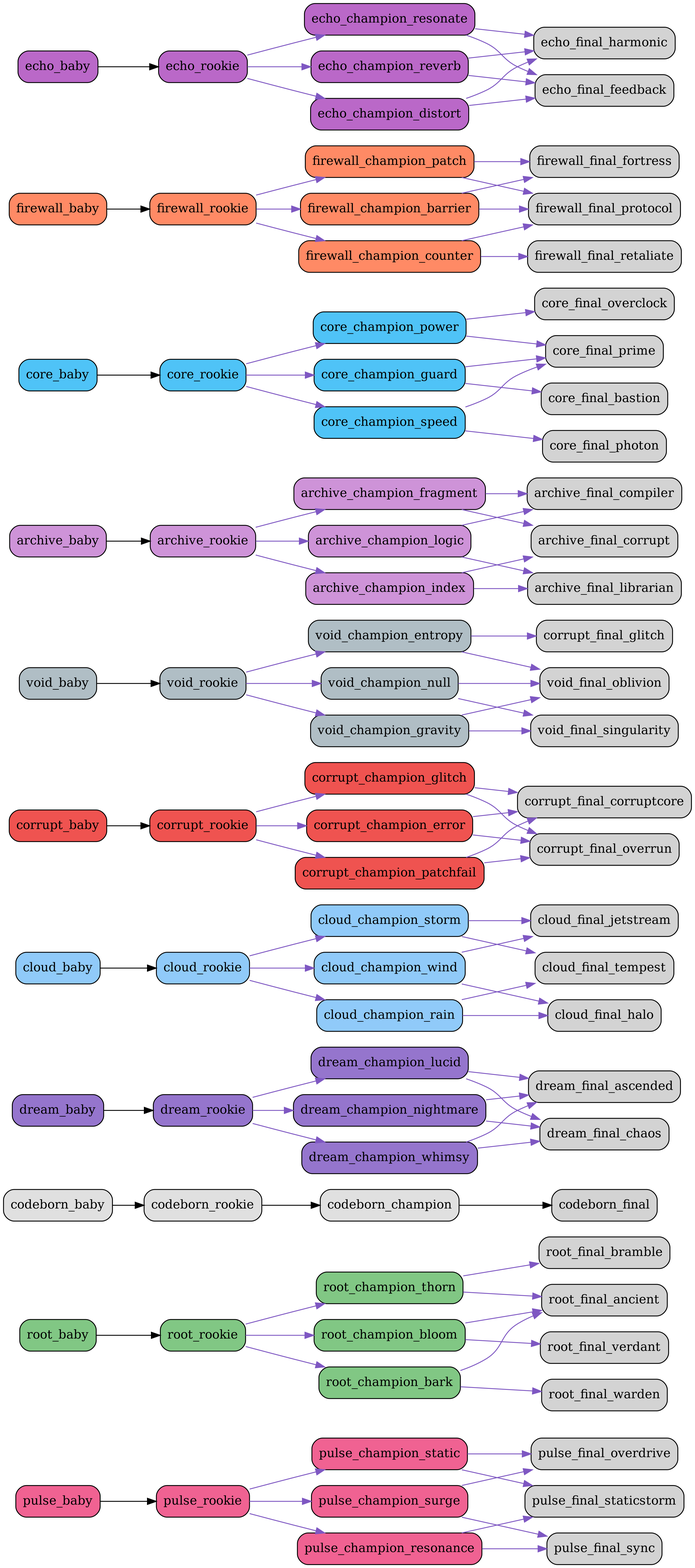
This is src/netgrid/systems/evolution/graphs/full/evolution_graph.png from bwlight/NetGrid, a Graphviz export, as it was before one commit. Its source is kept beside it as src/netgrid/systems/evolution/graphs/full/evolution_graph.dot.
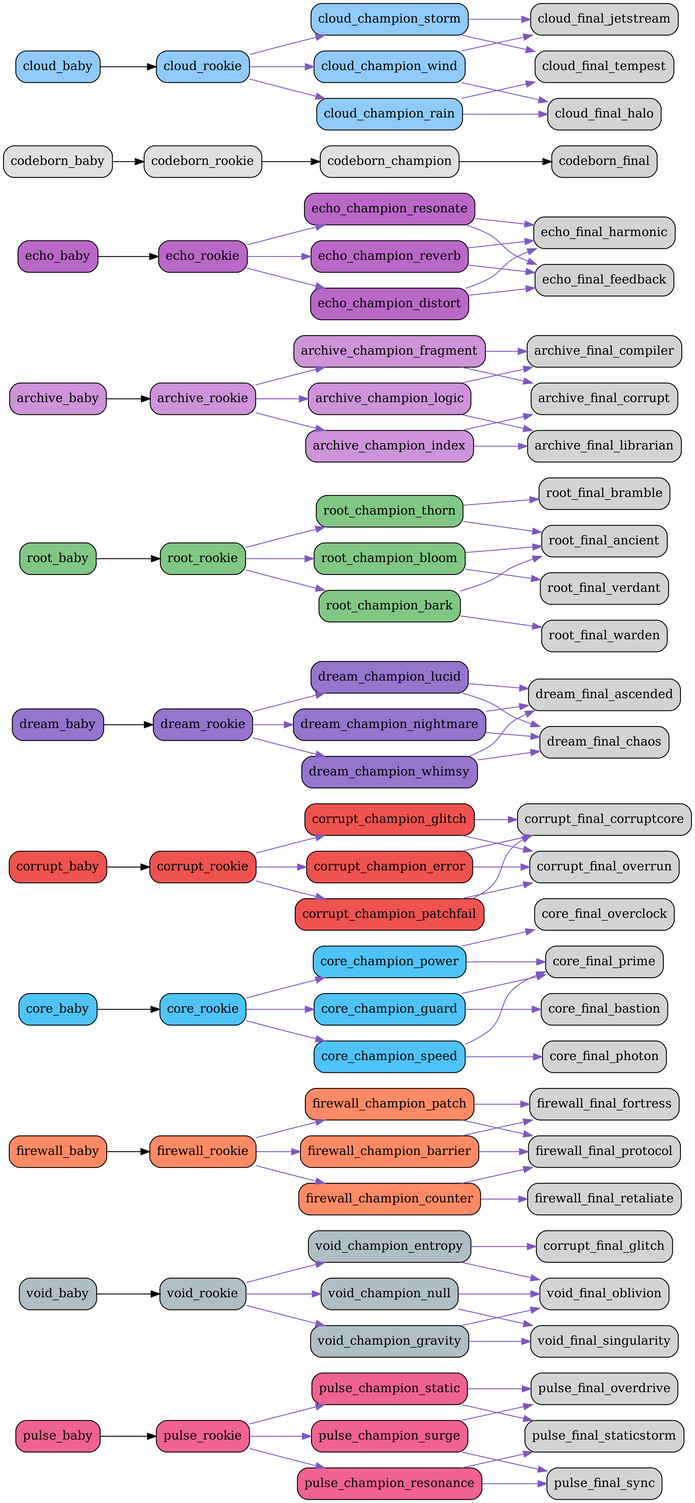
Above is the later version.

Commit message:
Auto-update evolution graphs

The edit, as a diff of the source:
```diff
@@ -16,6 +16,81 @@
   "pulse_champion_static" [fillcolor="#f06292"];
   "pulse_champion_static" -> "pulse_final_staticstorm" [color="#7e57c2"];
   "pulse_champion_static" -> "pulse_final_overdrive" [color="#7e57c2"];
+  "void_baby" [fillcolor="#b0bec5"];
+  "void_baby" -> "void_rookie";
+  "void_rookie" [fillcolor="#b0bec5"];
+  "void_rookie" -> "void_champion_entropy" [color="#7e57c2"];
+  "void_rookie" -> "void_champion_gravity" [color="#7e57c2"];
+  "void_rookie" -> "void_champion_null" [color="#7e57c2"];
+  "void_champion_entropy" [fillcolor="#b0bec5"];
+  "void_champion_entropy" -> "corrupt_final_glitch" [color="#7e57c2"];
+  "void_champion_entropy" -> "void_final_oblivion" [color="#7e57c2"];
+  "void_champion_gravity" [fillcolor="#b0bec5"];
+  "void_champion_gravity" -> "void_final_singularity" [color="#7e57c2"];
+  "void_champion_gravity" -> "void_final_oblivion" [color="#7e57c2"];
+  "void_champion_null" [fillcolor="#b0bec5"];
+  "void_champion_null" -> "void_final_oblivion" [color="#7e57c2"];
+  "void_champion_null" -> "void_final_singularity" [color="#7e57c2"];
+  "firewall_baby" [fillcolor="#ff8a65"];
+  "firewall_baby" -> "firewall_rookie";
+  "firewall_rookie" [fillcolor="#ff8a65"];
+  "firewall_rookie" -> "firewall_champion_barrier" [color="#7e57c2"];
+  "firewall_rookie" -> "firewall_champion_counter" [color="#7e57c2"];
+  "firewall_rookie" -> "firewall_champion_patch" [color="#7e57c2"];
+  "firewall_champion_barrier" [fillcolor="#ff8a65"];
+  "firewall_champion_barrier" -> "firewall_final_fortress" [color="#7e57c2"];
+  "firewall_champion_barrier" -> "firewall_final_protocol" [color="#7e57c2"];
+  "firewall_champion_counter" [fillcolor="#ff8a65"];
+  "firewall_champion_counter" -> "firewall_final_retaliate" [color="#7e57c2"];
+  "firewall_champion_counter" -> "firewall_final_protocol" [color="#7e57c2"];
+  "firewall_champion_patch" [fillcolor="#ff8a65"];
+  "firewall_champion_patch" -> "firewall_final_protocol" [color="#7e57c2"];
+  "firewall_champion_patch" -> "firewall_final_fortress" [color="#7e57c2"];
+  "core_baby" [fillcolor="#4fc3f7"];
+  "core_baby" -> "core_rookie";
+  "core_rookie" [fillcolor="#4fc3f7"];
+  "core_rookie" -> "core_champion_power" [color="#7e57c2"];
+  "core_rookie" -> "core_champion_guard" [color="#7e57c2"];
+  "core_rookie" -> "core_champion_speed" [color="#7e57c2"];
+  "core_champion_power" [fillcolor="#4fc3f7"];
+  "core_champion_power" -> "core_final_overclock" [color="#7e57c2"];
+  "core_champion_power" -> "core_final_prime" [color="#7e57c2"];
+  "core_champion_guard" [fillcolor="#4fc3f7"];
+  "core_champion_guard" -> "core_final_bastion" [color="#7e57c2"];
+  "core_champion_guard" -> "core_final_prime" [color="#7e57c2"];
+  "core_champion_speed" [fillcolor="#4fc3f7"];
+  "core_champion_speed" -> "core_final_photon" [color="#7e57c2"];
+  "core_champion_speed" -> "core_final_prime" [color="#7e57c2"];
+  "corrupt_baby" [fillcolor="#ef5350"];
+  "corrupt_baby" -> "corrupt_rookie";
+  "corrupt_rookie" [fillcolor="#ef5350"];
+  "corrupt_rookie" -> "corrupt_champion_glitch" [color="#7e57c2"];
+  "corrupt_rookie" -> "corrupt_champion_error" [color="#7e57c2"];
+  "corrupt_rookie" -> "corrupt_champion_patchfail" [color="#7e57c2"];
+  "corrupt_champion_glitch" [fillcolor="#ef5350"];
+  "corrupt_champion_glitch" -> "corrupt_final_corruptcore" [color="#7e57c2"];
+  "corrupt_champion_glitch" -> "corrupt_final_overrun" [color="#7e57c2"];
+  "corrupt_champion_error" [fillcolor="#ef5350"];
+  "corrupt_champion_error" -> "corrupt_final_overrun" [color="#7e57c2"];
+  "corrupt_champion_error" -> "corrupt_final_corruptcore" [color="#7e57c2"];
+  "corrupt_champion_patchfail" [fillcolor="#ef5350"];
+  "corrupt_champion_patchfail" -> "corrupt_final_corruptcore" [color="#7e57c2"];
+  "corrupt_champion_patchfail" -> "corrupt_final_overrun" [color="#7e57c2"];
+  "dream_baby" [fillcolor="#9575cd"];
+  "dream_baby" -> "dream_rookie";
+  "dream_rookie" [fillcolor="#9575cd"];
+  "dream_rookie" -> "dream_champion_lucid" [color="#7e57c2"];
+  "dream_rookie" -> "dream_champion_nightmare" [color="#7e57c2"];
+  "dream_rookie" -> "dream_champion_whimsy" [color="#7e57c2"];
+  "dream_champion_lucid" [fillcolor="#9575cd"];
+  "dream_champion_lucid" -> "dream_final_ascended" [color="#7e57c2"];
+  "dream_champion_lucid" -> "dream_final_chaos" [color="#7e57c2"];
+  "dream_champion_nightmare" [fillcolor="#9575cd"];
+  "dream_champion_nightmare" -> "dream_final_chaos" [color="#7e57c2"];
+  "dream_champion_nightmare" -> "dream_final_ascended" [color="#7e57c2"];
+  "dream_champion_whimsy" [fillcolor="#9575cd"];
+  "dream_champion_whimsy" -> "dream_final_ascended" [color="#7e57c2"];
+  "dream_champion_whimsy" -> "dream_final_chaos" [color="#7e57c2"];
   "root_baby" [fillcolor="#81c784"];
   "root_baby" -> "root_rookie";
   "root_rookie" [fillcolor="#81c784"];
@@ -31,27 +106,42 @@
   "root_champion_bark" [fillcolor="#81c784"];
   "root_champion_bark" -> "root_final_warden" [color="#7e57c2"];
   "root_champion_bark" -> "root_final_ancient" [color="#7e57c2"];
+  "archive_baby" [fillcolor="#ce93d8"];
+  "archive_baby" -> "archive_rookie";
+  "archive_rookie" [fillcolor="#ce93d8"];
+  "archive_rookie" -> "archive_champion_logic" [color="#7e57c2"];
+  "archive_rookie" -> "archive_champion_index" [color="#7e57c2"];
+  "archive_rookie" -> "archive_champion_fragment" [color="#7e57c2"];
+  "archive_champion_logic" [fillcolor="#ce93d8"];
+  "archive_champion_logic" -> "archive_final_compiler" [color="#7e57c2"];
+  "archive_champion_logic" -> "archive_final_librarian" [color="#7e57c2"];
+  "archive_champion_index" [fillcolor="#ce93d8"];
+  "archive_champion_index" -> "archive_final_librarian" [color="#7e57c2"];
+  "archive_champion_index" -> "archive_final_corrupt" [color="#7e57c2"];
+  "archive_champion_fragment" [fillcolor="#ce93d8"];
+  "archive_champion_fragment" -> "archive_final_corrupt" [color="#7e57c2"];
+  "archive_champion_fragment" -> "archive_final_compiler" [color="#7e57c2"];
+  "echo_baby" [fillcolor="#ba68c8"];
+  "echo_baby" -> "echo_rookie";
+  "echo_rookie" [fillcolor="#ba68c8"];
+  "echo_rookie" -> "echo_champion_resonate" [color="#7e57c2"];
+  "echo_rookie" -> "echo_champion_reverb" [color="#7e57c2"];
+  "echo_rookie" -> "echo_champion_distort" [color="#7e57c2"];
+  "echo_champion_resonate" [fillcolor="#ba68c8"];
+  "echo_champion_resonate" -> "echo_final_harmonic" [color="#7e57c2"];
+  "echo_champion_resonate" -> "echo_final_feedback" [color="#7e57c2"];
+  "echo_champion_reverb" [fillcolor="#ba68c8"];
+  "echo_champion_reverb" -> "echo_final_feedback" [color="#7e57c2"];
+  "echo_champion_reverb" -> "echo_final_harmonic" [color="#7e57c2"];
+  "echo_champion_distort" [fillcolor="#ba68c8"];
+  "echo_champion_distort" -> "echo_final_feedback" [color="#7e57c2"];
+  "echo_champion_distort" -> "echo_final_harmonic" [color="#7e57c2"];
   "codeborn_baby" [fillcolor="#e0e0e0"];
   "codeborn_baby" -> "codeborn_rookie";
   "codeborn_rookie" [fillcolor="#e0e0e0"];
   "codeborn_rookie" -> "codeborn_champion";
   "codeborn_champion" [fillcolor="#e0e0e0"];
   "codeborn_champion" -> "codeborn_final";
-  "dream_baby" [fillcolor="#9575cd"];
-  "dream_baby" -> "dream_rookie";
-  "dream_rookie" [fillcolor="#9575cd"];
-  "dream_rookie" -> "dream_champion_lucid" [color="#7e57c2"];
-  "dream_rookie" -> "dream_champion_nightmare" [color="#7e57c2"];
-  "dream_rookie" -> "dream_champion_whimsy" [color="#7e57c2"];
-  "dream_champion_lucid" [fillcolor="#9575cd"];
-  "dream_champion_lucid" -> "dream_final_ascended" [color="#7e57c2"];
-  "dream_champion_lucid" -> "dream_final_chaos" [color="#7e57c2"];
-  "dream_champion_nightmare" [fillcolor="#9575cd"];
-  "dream_champion_nightmare" -> "dream_final_chaos" [color="#7e57c2"];
-  "dream_champion_nightmare" -> "dream_final_ascended" [color="#7e57c2"];
-  "dream_champion_whimsy" [fillcolor="#9575cd"];
-  "dream_champion_whimsy" -> "dream_final_ascended" [color="#7e57c2"];
-  "dream_champion_whimsy" -> "dream_final_chaos" [color="#7e57c2"];
   "cloud_baby" [fillcolor="#90caf9"];
   "cloud_baby" -> "cloud_rookie";
   "cloud_rookie" [fillcolor="#90caf9"];
@@ -67,94 +157,4 @@
   "cloud_champion_storm" [fillcolor="#90caf9"];
   "cloud_champion_storm" -> "cloud_final_tempest" [color="#7e57c2"];
   "cloud_champion_storm" -> "cloud_final_jetstream" [color="#7e57c2"];
-  "corrupt_baby" [fillcolor="#ef5350"];
-  "corrupt_baby" -> "corrupt_rookie";
-  "corrupt_rookie" [fillcolor="#ef5350"];
-  "corrupt_rookie" -> "corrupt_champion_glitch" [color="#7e57c2"];
-  "corrupt_rookie" -> "corrupt_champion_error" [color="#7e57c2"];
-  "corrupt_rookie" -> "corrupt_champion_patchfail" [color="#7e57c2"];
-  "corrupt_champion_glitch" [fillcolor="#ef5350"];
-  "corrupt_champion_glitch" -> "corrupt_final_corruptcore" [color="#7e57c2"];
-  "corrupt_champion_glitch" -> "corrupt_final_overrun" [color="#7e57c2"];
-  "corrupt_champion_error" [fillcolor="#ef5350"];
-  "corrupt_champion_error" -> "corrupt_final_overrun" [color="#7e57c2"];
-  "corrupt_champion_error" -> "corrupt_final_corruptcore" [color="#7e57c2"];
-  "corrupt_champion_patchfail" [fillcolor="#ef5350"];
-  "corrupt_champion_patchfail" -> "corrupt_final_corruptcore" [color="#7e57c2"];
-  "corrupt_champion_patchfail" -> "corrupt_final_overrun" [color="#7e57c2"];
-  "void_baby" [fillcolor="#b0bec5"];
-  "void_baby" -> "void_rookie";
-  "void_rookie" [fillcolor="#b0bec5"];
-  "void_rookie" -> "void_champion_entropy" [color="#7e57c2"];
-  "void_rookie" -> "void_champion_gravity" [color="#7e57c2"];
-  "void_rookie" -> "void_champion_null" [color="#7e57c2"];
-  "void_champion_entropy" [fillcolor="#b0bec5"];
-  "void_champion_entropy" -> "corrupt_final_glitch" [color="#7e57c2"];
-  "void_champion_entropy" -> "void_final_oblivion" [color="#7e57c2"];
-  "void_champion_gravity" [fillcolor="#b0bec5"];
-  "void_champion_gravity" -> "void_final_singularity" [color="#7e57c2"];
-  "void_champion_gravity" -> "void_final_oblivion" [color="#7e57c2"];
-  "void_champion_null" [fillcolor="#b0bec5"];
-  "void_champion_null" -> "void_final_oblivion" [color="#7e57c2"];
-  "void_champion_null" -> "void_final_singularity" [color="#7e57c2"];
-  "archive_baby" [fillcolor="#ce93d8"];
-  "archive_baby" -> "archive_rookie";
-  "archive_rookie" [fillcolor="#ce93d8"];
-  "archive_rookie" -> "archive_champion_logic" [color="#7e57c2"];
-  "archive_rookie" -> "archive_champion_index" [color="#7e57c2"];
-  "archive_rookie" -> "archive_champion_fragment" [color="#7e57c2"];
-  "archive_champion_logic" [fillcolor="#ce93d8"];
-  "archive_champion_logic" -> "archive_final_compiler" [color="#7e57c2"];
-  "archive_champion_logic" -> "archive_final_librarian" [color="#7e57c2"];
-  "archive_champion_index" [fillcolor="#ce93d8"];
-  "archive_champion_index" -> "archive_final_librarian" [color="#7e57c2"];
-  "archive_champion_index" -> "archive_final_corrupt" [color="#7e57c2"];
-  "archive_champion_fragment" [fillcolor="#ce93d8"];
-  "archive_champion_fragment" -> "archive_final_corrupt" [color="#7e57c2"];
-  "archive_champion_fragment" -> "archive_final_compiler" [color="#7e57c2"];
-  "core_baby" [fillcolor="#4fc3f7"];
-  "core_baby" -> "core_rookie";
-  "core_rookie" [fillcolor="#4fc3f7"];
-  "core_rookie" -> "core_champion_power" [color="#7e57c2"];
-  "core_rookie" -> "core_champion_guard" [color="#7e57c2"];
-  "core_rookie" -> "core_champion_speed" [color="#7e57c2"];
-  "core_champion_power" [fillcolor="#4fc3f7"];
-  "core_champion_power" -> "core_final_overclock" [color="#7e57c2"];
-  "core_champion_power" -> "core_final_prime" [color="#7e57c2"];
-  "core_champion_guard" [fillcolor="#4fc3f7"];
-  "core_champion_guard" -> "core_final_bastion" [color="#7e57c2"];
-  "core_champion_guard" -> "core_final_prime" [color="#7e57c2"];
-  "core_champion_speed" [fillcolor="#4fc3f7"];
-  "core_champion_speed" -> "core_final_photon" [color="#7e57c2"];
-  "core_champion_speed" -> "core_final_prime" [color="#7e57c2"];
-  "firewall_baby" [fillcolor="#ff8a65"];
-  "firewall_baby" -> "firewall_rookie";
-  "firewall_rookie" [fillcolor="#ff8a65"];
-  "firewall_rookie" -> "firewall_champion_barrier" [color="#7e57c2"];
-  "firewall_rookie" -> "firewall_champion_counter" [color="#7e57c2"];
-  "firewall_rookie" -> "firewall_champion_patch" [color="#7e57c2"];
-  "firewall_champion_barrier" [fillcolor="#ff8a65"];
-  "firewall_champion_barrier" -> "firewall_final_fortress" [color="#7e57c2"];
-  "firewall_champion_barrier" -> "firewall_final_protocol" [color="#7e57c2"];
-  "firewall_champion_counter" [fillcolor="#ff8a65"];
-  "firewall_champion_counter" -> "firewall_final_retaliate" [color="#7e57c2"];
-  "firewall_champion_counter" -> "firewall_final_protocol" [color="#7e57c2"];
-  "firewall_champion_patch" [fillcolor="#ff8a65"];
-  "firewall_champion_patch" -> "firewall_final_protocol" [color="#7e57c2"];
-  "firewall_champion_patch" -> "firewall_final_fortress" [color="#7e57c2"];
-  "echo_baby" [fillcolor="#ba68c8"];
-  "echo_baby" -> "echo_rookie";
-  "echo_rookie" [fillcolor="#ba68c8"];
-  "echo_rookie" -> "echo_champion_resonate" [color="#7e57c2"];
-  "echo_rookie" -> "echo_champion_reverb" [color="#7e57c2"];
-  "echo_rookie" -> "echo_champion_distort" [color="#7e57c2"];
-  "echo_champion_resonate" [fillcolor="#ba68c8"];
-  "echo_champion_resonate" -> "echo_final_harmonic" [color="#7e57c2"];
-  "echo_champion_resonate" -> "echo_final_feedback" [color="#7e57c2"];
-  "echo_champion_reverb" [fillcolor="#ba68c8"];
-  "echo_champion_reverb" -> "echo_final_feedback" [color="#7e57c2"];
-  "echo_champion_reverb" -> "echo_final_harmonic" [color="#7e57c2"];
-  "echo_champion_distort" [fillcolor="#ba68c8"];
-  "echo_champion_distort" -> "echo_final_feedback" [color="#7e57c2"];
-  "echo_champion_distort" -> "echo_final_harmonic" [color="#7e57c2"];
 }
```
